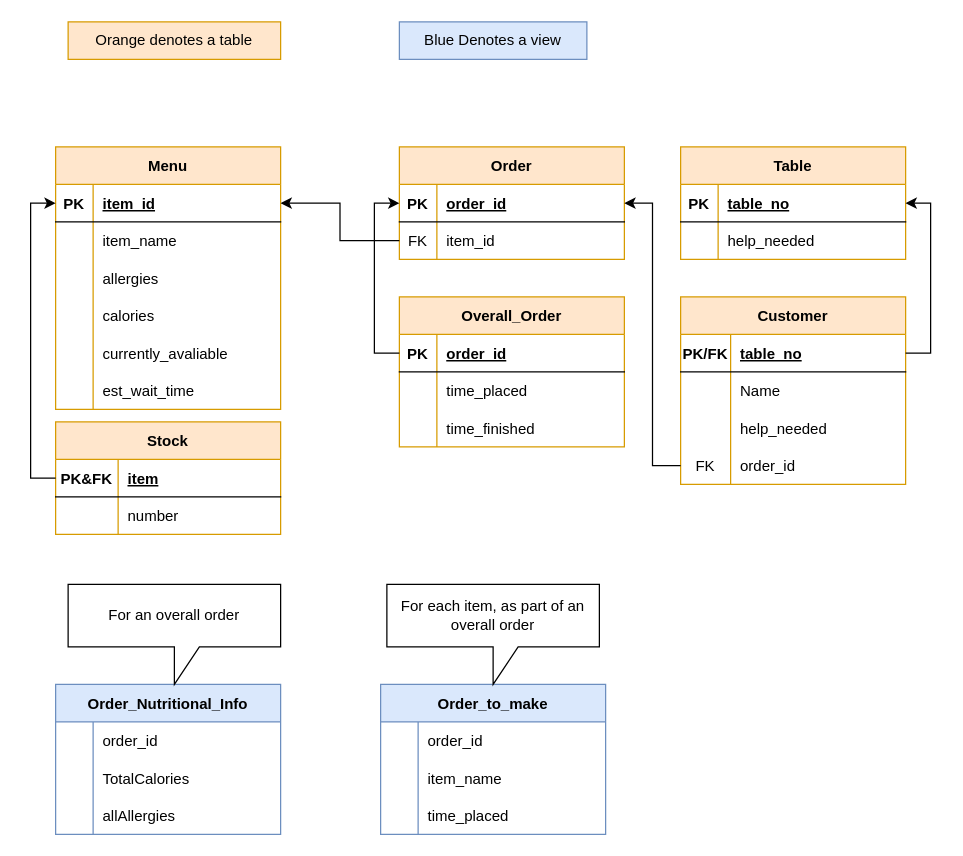
Before: SQLDatabase/Diagrams/DrawIOSchema.drawio in mattyblackout/cs2815-project, a draw.io diagram. Source tidied: cells renumbered, new cells numbered last; positions are measured from the earlier drawing's top-left corner, leaving out a move shared by most shapes. Both pictures are drawn from the tidied source at 125%, with x=0, y=0 at pixel (55, 21).
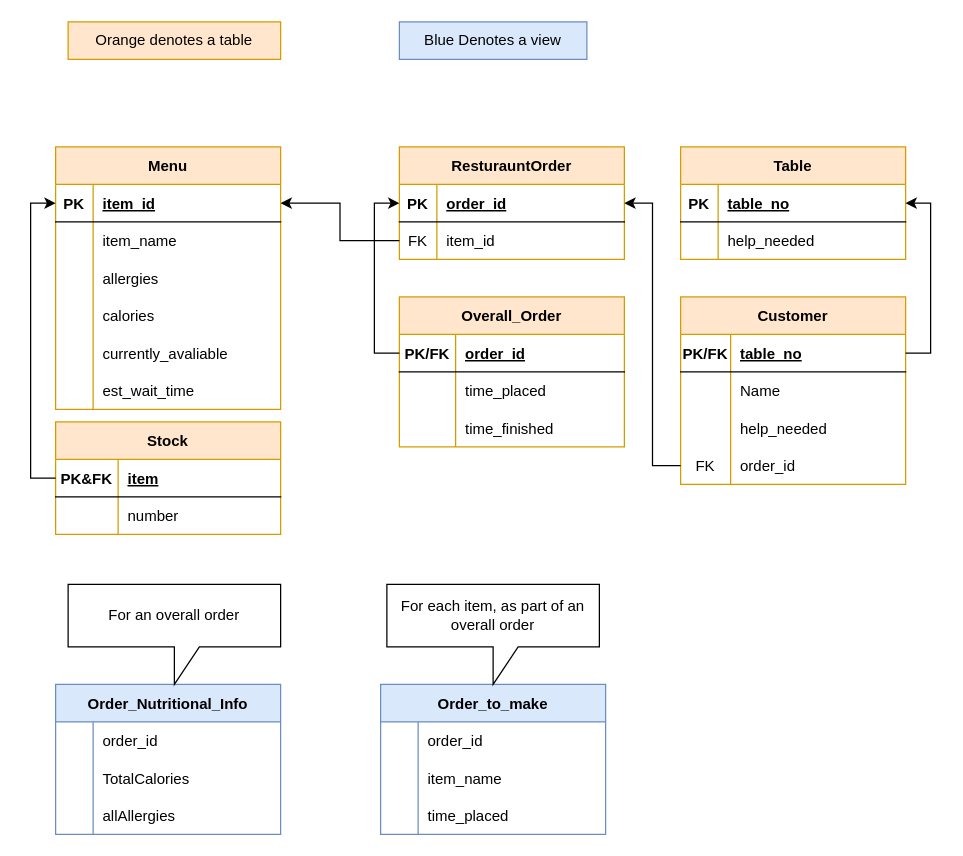
The same diagram, later.

Commit message (it also covers changes not shown here):
Created OverallOrder table, corrected diagram

Unchanged cells that the change refers to:
```xml
<mxCell id="36" style="shape=tableRow;horizontal=0;startSize=0;swimlaneHead=0;swimlaneBody=0;fillColor=none;points=[[0,0.5],[1,0.5]];portConstraint=eastwest;top=0;left=0;right=0;bottom=1;" parent="35" vertex="1">
  <mxGeometry y="30" width="180" height="30" as="geometry" />
</mxCell>
<mxCell id="39" style="shape=tableRow;horizontal=0;startSize=0;swimlaneHead=0;swimlaneBody=0;fillColor=none;top=0;left=0;right=0;bottom=0;" parent="35" vertex="1">
  <mxGeometry y="60" width="180" height="30" as="geometry" />
</mxCell>
<mxCell id="42" style="shape=tableRow;horizontal=0;startSize=0;swimlaneHead=0;swimlaneBody=0;fillColor=none;top=0;left=0;right=0;bottom=0;" parent="35" vertex="1">
  <mxGeometry y="90" width="180" height="30" as="geometry" />
</mxCell>
```

Change to the diagram source:
```diff
@@
-    <mxCell id="28" value="Order" style="shape=table;startSize=30;childLayout=tableLayout;rowLines=0;fontStyle=1;align=center;fillColor=#ffe6cc;strokeColor=#d79b00;" parent="1" vertex="1">
+    <mxCell id="28" value="ResturauntOrder" style="shape=table;startSize=30;childLayout=tableLayout;rowLines=0;fontStyle=1;align=center;fillColor=#ffe6cc;strokeColor=#d79b00;" parent="1" vertex="1">
       <mxGeometry x="275" y="100" width="180" height="90" as="geometry" />
     </mxCell>
@@
-    <mxCell id="37" value="PK" style="shape=partialRectangle;fillColor=none;top=0;left=0;bottom=0;right=0;fontStyle=1;overflow=hidden;" parent="36" vertex="1">
-      <mxGeometry width="30" height="30" as="geometry" />
+    <mxCell id="37" value="PK/FK" style="shape=partialRectangle;fillColor=none;top=0;left=0;bottom=0;right=0;fontStyle=1;overflow=hidden;" parent="36" vertex="1">
+      <mxGeometry width="45" height="30" as="geometry" />
     </mxCell>
     <mxCell id="38" value="order_id" style="shape=partialRectangle;fillColor=none;top=0;left=0;bottom=0;right=0;align=left;spacingLeft=6;fontStyle=5;overflow=hidden;" parent="36" vertex="1">
-      <mxGeometry x="30" width="150" height="30" as="geometry" />
+      <mxGeometry x="45" width="135" height="30" as="geometry" />
     </mxCell>
@@
     <mxCell id="40" style="shape=partialRectangle;fillColor=none;top=0;left=0;bottom=0;right=0;fontStyle=0;overflow=hidden;" parent="39" vertex="1">
-      <mxGeometry width="30" height="30" as="geometry" />
+      <mxGeometry width="45" height="30" as="geometry" />
     </mxCell>
     <mxCell id="41" value="time_placed" style="shape=partialRectangle;fillColor=none;top=0;left=0;bottom=0;right=0;align=left;spacingLeft=6;fontStyle=0;overflow=hidden;" parent="39" vertex="1">
-      <mxGeometry x="30" width="150" height="30" as="geometry" />
+      <mxGeometry x="45" width="135" height="30" as="geometry" />
     </mxCell>
@@
     <mxCell id="43" style="shape=partialRectangle;fillColor=none;top=0;left=0;bottom=0;right=0;overflow=hidden;" parent="42" vertex="1">
-      <mxGeometry width="30" height="30" as="geometry" />
+      <mxGeometry width="45" height="30" as="geometry" />
     </mxCell>
     <mxCell id="44" value="time_finished" style="shape=partialRectangle;fillColor=none;top=0;left=0;bottom=0;right=0;align=left;spacingLeft=6;overflow=hidden;" parent="42" vertex="1">
-      <mxGeometry x="30" width="150" height="30" as="geometry" />
+      <mxGeometry x="45" width="135" height="30" as="geometry" />
     </mxCell>
```
